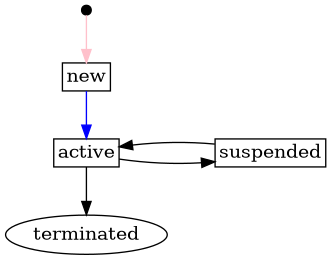
The PlantUML diagram docs/diagrams/controllable_unit_status.png in elhub/flex-information-system, before a commit. Its source is kept beside it as docs/diagrams/controllable_unit_status.plantuml. Its diagram source:
```plantuml
@startdot controllable_unit_status
digraph G {
    layout=dot;
    overlap=false;

    node [shape=rect, width=0.1, height=0.1, margin=0.04];
    nodesep=1;

    start [shape=point];

    // status
    new;
    {
        rank = same;
        suspended;
        active;
    }
    terminated [shape=oval];

    // transitions
    start -> new [label="", color="pink"];
    new -> active [label="", color="blue"];
    active -> terminated [label="", color="black"];
    active -> suspended [label="", color="black"];
    suspended-> active [label="", color="black"];

   }
@enddot
```
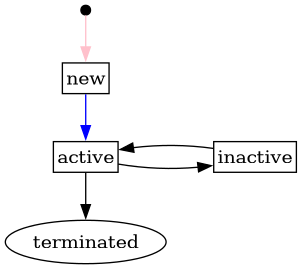
The same diagram one commit later.

Commit message:
refactor: rename controllable unit status 'suspended' to 'inactive' (FLEX-684)

What changed in the source:
```diff
@@ -12,7 +12,7 @@
     new;
     {
         rank = same;
-        suspended;
+        inactive;
         active;
     }
     terminated [shape=oval];
@@ -21,8 +21,8 @@
     start -> new [label="", color="pink"];
     new -> active [label="", color="blue"];
     active -> terminated [label="", color="black"];
-    active -> suspended [label="", color="black"];
-    suspended-> active [label="", color="black"];
+    active -> inactive [label="", color="black"];
+    inactive -> active [label="", color="black"];
 
    }
 @enddot
```
